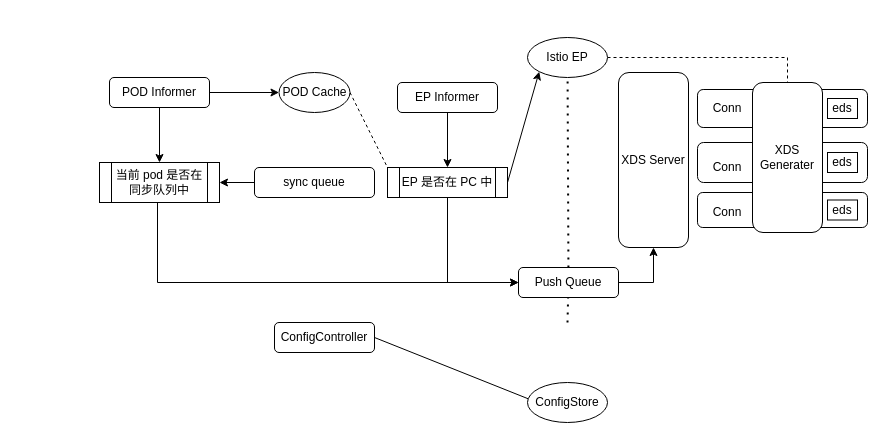
Before: istio-eds.drawio in panniyuyu/think-dast-zh, a draw.io diagram. Source tidied: cells renumbered, new cells numbered last; positions are measured from the earlier drawing's top-left corner, leaving out a move shared by most shapes. Both pictures are drawn from the tidied source at 100%, with x=0, y=0 at pixel (99, 37).
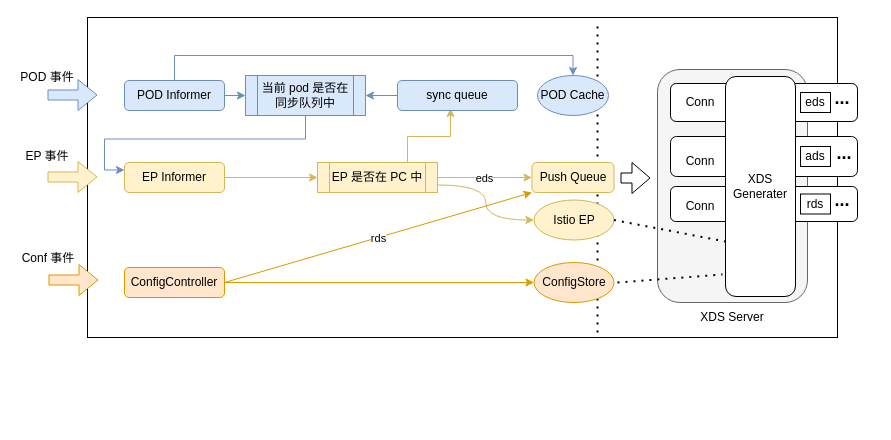
The same page after the edit.

Diff of the diagram source:
```diff
@@
+    <mxCell id="37" style="rounded=0;whiteSpace=wrap;html=1;" parent="1" vertex="1">
+      <mxGeometry x="-12" y="-20" width="750" height="320" as="geometry" />
+    </mxCell>
+    <mxCell id="38" style="endArrow=none;dashed=1;html=1;dashPattern=1 3;strokeWidth=2;rounded=0;" parent="1" edge="1">
+      <mxGeometry relative="1" as="geometry">
+        <mxPoint x="498" y="295" as="sourcePoint" />
+        <mxPoint x="498" y="-15" as="targetPoint" />
+      </mxGeometry>
+    </mxCell>
-    <mxCell id="2" style="edgeStyle=orthogonalEdgeStyle;rounded=0;jettySize=auto;html=1;exitX=0.5;exitY=1;exitDx=0;exitDy=0;entryX=0.5;entryY=0;entryDx=0;entryDy=0;" parent="1" edge="1" source="3" target="14">
+    <mxCell id="2" style="edgeStyle=orthogonalEdgeStyle;rounded=0;jettySize=auto;html=1;exitX=1;exitY=0.5;exitDx=0;exitDy=0;entryX=0;entryY=0.5;entryDx=0;entryDy=0;fillColor=#fff2cc;strokeColor=#d6b656;" parent="1" edge="1" source="3" target="14">
       <mxGeometry relative="1" as="geometry" />
     </mxCell>
+    <mxCell id="13" style="rounded=0;jettySize=auto;html=1;exitX=1;exitY=0.75;exitDx=0;exitDy=0;entryX=0;entryY=0.5;entryDx=0;entryDy=0;fillColor=#fff2cc;strokeColor=#d6b656;edgeStyle=orthogonalEdgeStyle;curved=1;" parent="1" edge="1" source="14" target="33">
+      <mxGeometry relative="1" as="geometry" />
+    </mxCell>
-    <mxCell id="3" value="EP Informer" style="rounded=1;whiteSpace=wrap;html=1;" parent="1" vertex="1">
-      <mxGeometry x="298" y="45" width="100" height="30" as="geometry" />
+    <mxCell id="3" value="EP Informer" style="rounded=1;whiteSpace=wrap;html=1;fillColor=#fff2cc;strokeColor=#d6b656;" parent="1" vertex="1">
+      <mxGeometry x="25" y="125" width="100" height="30" as="geometry" />
     </mxCell>
+    <mxCell id="5" style="edgeStyle=orthogonalEdgeStyle;rounded=0;jettySize=auto;html=1;exitX=1;exitY=0.5;exitDx=0;exitDy=0;entryX=0;entryY=0.5;entryDx=0;entryDy=0;fillColor=#dae8fc;strokeColor=#6c8ebf;" parent="1" edge="1" source="6" target="9">
+      <mxGeometry relative="1" as="geometry" />
+    </mxCell>
-    <mxCell id="4" style="edgeStyle=orthogonalEdgeStyle;rounded=0;jettySize=auto;html=1;exitX=1;exitY=0.5;exitDx=0;exitDy=0;entryX=0;entryY=0.5;entryDx=0;entryDy=0;" parent="1" edge="1" source="6" target="8">
+    <mxCell id="4" style="edgeStyle=orthogonalEdgeStyle;rounded=0;jettySize=auto;html=1;exitX=0.5;exitY=0;exitDx=0;exitDy=0;entryX=0.5;entryY=0;entryDx=0;entryDy=0;fillColor=#dae8fc;strokeColor=#6c8ebf;" parent="1" edge="1" source="6" target="8">
       <mxGeometry relative="1" as="geometry" />
     </mxCell>
-    <mxCell id="5" style="edgeStyle=orthogonalEdgeStyle;rounded=0;jettySize=auto;html=1;exitX=0.5;exitY=1;exitDx=0;exitDy=0;entryX=0.5;entryY=0;entryDx=0;entryDy=0;" parent="1" edge="1" source="6" target="9">
-      <mxGeometry relative="1" as="geometry" />
-    </mxCell>
-    <mxCell id="6" value="POD Informer" style="rounded=1;whiteSpace=wrap;html=1;" parent="1" vertex="1">
-      <mxGeometry x="10" y="40" width="100" height="30" as="geometry" />
+    <mxCell id="6" value="POD Informer" style="rounded=1;whiteSpace=wrap;html=1;fillColor=#dae8fc;strokeColor=#6c8ebf;" parent="1" vertex="1">
+      <mxGeometry x="25" y="43" width="100" height="30" as="geometry" />
     </mxCell>
-    <mxCell id="7" style="rounded=0;jettySize=auto;html=1;exitX=1;exitY=0.5;exitDx=0;exitDy=0;entryX=0;entryY=0;entryDx=0;entryDy=0;endArrow=none;endFill=0;dashed=1;" parent="1" edge="1" source="8" target="14">
-      <mxGeometry relative="1" as="geometry" />
-    </mxCell>
-    <mxCell id="8" value="POD Cache" style="ellipse;whiteSpace=wrap;html=1;" parent="1" vertex="1">
-      <mxGeometry x="179.5" y="35" width="71" height="40" as="geometry" />
-    </mxCell>
+    <mxCell id="39" style="edgeStyle=orthogonalEdgeStyle;rounded=0;jettySize=auto;html=1;exitX=0.5;exitY=1;exitDx=0;exitDy=0;entryX=0;entryY=0.25;entryDx=0;entryDy=0;fillColor=#dae8fc;strokeColor=#6c8ebf;" parent="1" edge="1" source="9" target="3">
+      <mxGeometry relative="1" as="geometry" />
+    </mxCell>
-    <mxCell id="9" value="当前 pod 是否在同步队列中" style="shape=process;whiteSpace=wrap;html=1;backgroundOutline=1;" parent="1" vertex="1">
-      <mxGeometry y="125" width="120" height="40" as="geometry" />
+    <mxCell id="9" value="当前 pod 是否在同步队列中" style="shape=process;whiteSpace=wrap;html=1;backgroundOutline=1;fillColor=#dae8fc;strokeColor=#6c8ebf;" parent="1" vertex="1">
+      <mxGeometry x="146" y="38" width="120" height="40" as="geometry" />
     </mxCell>
-    <mxCell id="10" style="edgeStyle=orthogonalEdgeStyle;rounded=0;jettySize=auto;html=1;exitX=0;exitY=0.5;exitDx=0;exitDy=0;entryX=1;entryY=0.5;entryDx=0;entryDy=0;" parent="1" edge="1" source="11" target="9">
-      <mxGeometry relative="1" as="geometry" />
-    </mxCell>
-    <mxCell id="11" value="sync queue" style="rounded=1;whiteSpace=wrap;html=1;" parent="1" vertex="1">
-      <mxGeometry x="155" y="130" width="120" height="30" as="geometry" />
-    </mxCell>
+    <mxCell id="40" style="edgeStyle=orthogonalEdgeStyle;rounded=0;jettySize=auto;html=1;exitX=0.75;exitY=0;exitDx=0;exitDy=0;entryX=0.442;entryY=0.933;entryDx=0;entryDy=0;entryPerimeter=0;fillColor=#fff2cc;strokeColor=#d6b656;" parent="1" edge="1" source="14" target="11">
+      <mxGeometry relative="1" as="geometry" />
+    </mxCell>
-    <mxCell id="12" style="edgeStyle=orthogonalEdgeStyle;rounded=0;jettySize=auto;html=1;exitX=0.5;exitY=1;exitDx=0;exitDy=0;entryX=0;entryY=0.5;entryDx=0;entryDy=0;" parent="1" edge="1" source="14" target="20">
+    <mxCell id="12" style="rounded=0;jettySize=auto;html=1;exitX=1;exitY=0.5;exitDx=0;exitDy=0;entryX=0;entryY=0.5;entryDx=0;entryDy=0;fillColor=#fff2cc;strokeColor=#d6b656;" parent="1" edge="1" source="14" target="20">
       <mxGeometry relative="1" as="geometry" />
     </mxCell>
-    <mxCell id="13" style="rounded=0;jettySize=auto;html=1;exitX=1;exitY=0.5;exitDx=0;exitDy=0;entryX=0;entryY=1;entryDx=0;entryDy=0;" parent="1" edge="1" source="14" target="33">
-      <mxGeometry relative="1" as="geometry" />
-    </mxCell>
+    <mxCell id="41" value="eds" style="edgeLabel;html=1;align=center;verticalAlign=middle;" parent="12" vertex="1">
+      <mxGeometry x="-0.03" relative="1" as="geometry" />
+    </mxCell>
-    <mxCell id="14" value="EP 是否在 PC 中" style="shape=process;whiteSpace=wrap;html=1;backgroundOutline=1;" parent="1" vertex="1">
-      <mxGeometry x="288" y="130" width="120" height="30" as="geometry" />
+    <mxCell id="14" value="EP 是否在 PC 中" style="shape=process;whiteSpace=wrap;html=1;backgroundOutline=1;fillColor=#fff2cc;strokeColor=#d6b656;" parent="1" vertex="1">
+      <mxGeometry x="218" y="125" width="120" height="30" as="geometry" />
     </mxCell>
-    <mxCell id="15" style="edgeStyle=orthogonalEdgeStyle;rounded=0;jettySize=auto;html=1;exitX=0.5;exitY=1;exitDx=0;exitDy=0;entryX=0;entryY=0.5;entryDx=0;entryDy=0;" parent="1" edge="1" target="20">
-      <mxGeometry relative="1" as="geometry">
-        <mxPoint x="95" y="165" as="sourcePoint" />
-        <Array as="points">
-          <mxPoint x="58" y="165" />
-          <mxPoint x="58" y="245" />
-        </Array>
-      </mxGeometry>
-    </mxCell>
-    <mxCell id="16" style="endArrow=none;dashed=1;html=1;dashPattern=1 3;strokeWidth=2;rounded=0;" parent="1" edge="1" source="33">
-      <mxGeometry relative="1" as="geometry">
-        <mxPoint x="468" y="5" as="targetPoint" />
-      </mxGeometry>
-    </mxCell>
-    <mxCell id="17" value="XDS Server" style="rounded=1;whiteSpace=wrap;html=1;" parent="1" vertex="1">
-      <mxGeometry x="519" y="35" width="70" height="175" as="geometry" />
+    <mxCell id="17" style="rounded=1;whiteSpace=wrap;html=1;fillColor=#f5f5f5;fontColor=#333333;strokeColor=#666666;" parent="1" vertex="1">
+      <mxGeometry x="558" y="32" width="150" height="233" as="geometry" />
     </mxCell>
-    <mxCell id="18" style="endArrow=none;dashed=1;html=1;dashPattern=1 3;strokeWidth=2;rounded=0;" parent="1" edge="1" target="20">
-      <mxGeometry relative="1" as="geometry">
-        <mxPoint x="468" y="285" as="sourcePoint" />
-      </mxGeometry>
-    </mxCell>
-    <mxCell id="19" style="edgeStyle=orthogonalEdgeStyle;rounded=0;jettySize=auto;html=1;exitX=1;exitY=0.5;exitDx=0;exitDy=0;entryX=0.5;entryY=1;entryDx=0;entryDy=0;" parent="1" edge="1" source="20" target="17">
-      <mxGeometry relative="1" as="geometry" />
-    </mxCell>
-    <mxCell id="20" value="Push Queue" style="rounded=1;whiteSpace=wrap;html=1;" parent="1" vertex="1">
-      <mxGeometry x="419" y="230" width="100" height="30" as="geometry" />
-    </mxCell>
     <mxCell id="21" style="rounded=1;whiteSpace=wrap;html=1;" parent="1" vertex="1">
-      <mxGeometry x="598" y="52" width="170" height="38" as="geometry" />
+      <mxGeometry x="571" y="46" width="187" height="38" as="geometry" />
     </mxCell>
     <mxCell id="22" style="rounded=1;whiteSpace=wrap;html=1;" parent="1" vertex="1">
-      <mxGeometry x="598" y="105" width="170" height="40" as="geometry" />
+      <mxGeometry x="571" y="99" width="187" height="40" as="geometry" />
     </mxCell>
     <mxCell id="23" style="rounded=1;whiteSpace=wrap;html=1;" parent="1" vertex="1">
-      <mxGeometry x="598" y="155" width="170" height="35" as="geometry" />
+      <mxGeometry x="571" y="149" width="187" height="35" as="geometry" />
     </mxCell>
     <mxCell id="24" value="XDS&lt;br&gt;Generater" style="rounded=1;whiteSpace=wrap;html=1;" parent="1" vertex="1">
-      <mxGeometry x="653" y="45" width="70" height="150" as="geometry" />
+      <mxGeometry x="626" y="39" width="70" height="220" as="geometry" />
     </mxCell>
     <mxCell id="25" value="eds" style="rounded=0;whiteSpace=wrap;html=1;" parent="1" vertex="1">
-      <mxGeometry x="728" y="61" width="30" height="20" as="geometry" />
+      <mxGeometry x="701" y="55" width="30" height="20" as="geometry" />
     </mxCell>
-    <mxCell id="26" value="eds" style="rounded=0;whiteSpace=wrap;html=1;" parent="1" vertex="1">
-      <mxGeometry x="728" y="115" width="30" height="20" as="geometry" />
+    <mxCell id="26" value="ads" style="rounded=0;whiteSpace=wrap;html=1;" parent="1" vertex="1">
+      <mxGeometry x="701" y="109" width="30" height="20" as="geometry" />
     </mxCell>
-    <mxCell id="27" value="eds" style="rounded=0;whiteSpace=wrap;html=1;" parent="1" vertex="1">
-      <mxGeometry x="728" y="162.5" width="30" height="20" as="geometry" />
+    <mxCell id="27" value="rds" style="rounded=0;whiteSpace=wrap;html=1;" parent="1" vertex="1">
+      <mxGeometry x="701" y="156.5" width="30" height="20" as="geometry" />
     </mxCell>
     <mxCell id="28" value="Conn" style="text;html=1;strokeColor=none;fillColor=none;align=center;verticalAlign=middle;whiteSpace=wrap;rounded=0;" parent="1" vertex="1">
-      <mxGeometry x="598" y="56" width="60" height="30" as="geometry" />
+      <mxGeometry x="571" y="50" width="60" height="30" as="geometry" />
     </mxCell>
     <mxCell id="29" value="Conn" style="text;html=1;strokeColor=none;fillColor=none;align=center;verticalAlign=middle;whiteSpace=wrap;rounded=0;" parent="1" vertex="1">
-      <mxGeometry x="598" y="115" width="60" height="30" as="geometry" />
+      <mxGeometry x="571" y="109" width="60" height="30" as="geometry" />
     </mxCell>
     <mxCell id="30" value="Conn" style="text;html=1;strokeColor=none;fillColor=none;align=center;verticalAlign=middle;whiteSpace=wrap;rounded=0;" parent="1" vertex="1">
-      <mxGeometry x="598" y="160" width="60" height="30" as="geometry" />
+      <mxGeometry x="571" y="154" width="60" height="30" as="geometry" />
     </mxCell>
-    <mxCell id="31" style="edgeStyle=orthogonalEdgeStyle;rounded=0;jettySize=auto;html=1;exitX=1;exitY=0.5;exitDx=0;exitDy=0;entryX=0.5;entryY=0;entryDx=0;entryDy=0;endArrow=none;endFill=0;dashed=1;" parent="1" edge="1" source="33" target="24">
-      <mxGeometry relative="1" as="geometry" />
-    </mxCell>
-    <mxCell id="32" style="endArrow=none;dashed=1;html=1;dashPattern=1 3;strokeWidth=2;rounded=0;" parent="1" edge="1" source="20" target="33">
-      <mxGeometry relative="1" as="geometry" />
-    </mxCell>
-    <mxCell id="33" value="Istio EP" style="ellipse;whiteSpace=wrap;html=1;" parent="1" vertex="1">
-      <mxGeometry x="428" width="80" height="40" as="geometry" />
+    <mxCell id="33" value="Istio EP" style="ellipse;whiteSpace=wrap;html=1;fillColor=#fff2cc;strokeColor=#d6b656;" parent="1" vertex="1">
+      <mxGeometry x="434.5" y="162.5" width="80" height="40" as="geometry" />
     </mxCell>
-    <mxCell id="34" style="rounded=0;jettySize=auto;html=1;exitX=1;exitY=0.5;exitDx=0;exitDy=0;entryX=0.125;entryY=0.5;entryDx=0;entryDy=0;entryPerimeter=0;" parent="1" edge="1" source="35" target="36">
+    <mxCell id="34" style="rounded=0;jettySize=auto;html=1;exitX=1;exitY=0.5;exitDx=0;exitDy=0;entryX=0;entryY=0.5;entryDx=0;entryDy=0;fillColor=#ffe6cc;strokeColor=#d79b00;" parent="1" edge="1" source="35" target="36">
       <mxGeometry relative="1" as="geometry" />
     </mxCell>
+    <mxCell id="42" style="rounded=0;jettySize=auto;html=1;exitX=1;exitY=0.5;exitDx=0;exitDy=0;entryX=0;entryY=1;entryDx=0;entryDy=0;fillColor=#ffe6cc;strokeColor=#d79b00;" parent="1" edge="1" source="35" target="20">
+      <mxGeometry relative="1" as="geometry" />
+    </mxCell>
+    <mxCell id="43" value="rds" style="edgeLabel;html=1;align=center;verticalAlign=middle;" parent="42" vertex="1">
+      <mxGeometry relative="1" as="geometry" />
+    </mxCell>
-    <mxCell id="35" value="ConfigController" style="rounded=1;whiteSpace=wrap;html=1;" parent="1" vertex="1">
-      <mxGeometry x="175" y="285" width="100" height="30" as="geometry" />
+    <mxCell id="35" value="ConfigController" style="rounded=1;whiteSpace=wrap;html=1;fillColor=#ffe6cc;strokeColor=#d79b00;" parent="1" vertex="1">
+      <mxGeometry x="25" y="230" width="100" height="30" as="geometry" />
     </mxCell>
-    <mxCell id="36" value="ConfigStore" style="ellipse;whiteSpace=wrap;html=1;" parent="1" vertex="1">
-      <mxGeometry x="428" y="345" width="80" height="40" as="geometry" />
+    <mxCell id="36" value="ConfigStore" style="ellipse;whiteSpace=wrap;html=1;fillColor=#ffe6cc;strokeColor=#d79b00;" parent="1" vertex="1">
+      <mxGeometry x="434.5" y="225" width="80" height="40" as="geometry" />
     </mxCell>
+    <mxCell id="8" value="POD Cache" style="ellipse;whiteSpace=wrap;html=1;fillColor=#dae8fc;strokeColor=#6c8ebf;" parent="1" vertex="1">
+      <mxGeometry x="438" y="38" width="71" height="40" as="geometry" />
+    </mxCell>
+    <mxCell id="20" value="Push Queue" style="rounded=1;whiteSpace=wrap;html=1;fillColor=#fff2cc;strokeColor=#d6b656;" parent="1" vertex="1">
+      <mxGeometry x="432.5" y="125" width="82" height="30" as="geometry" />
+    </mxCell>
+    <mxCell id="10" style="edgeStyle=orthogonalEdgeStyle;rounded=0;jettySize=auto;html=1;exitX=0;exitY=0.5;exitDx=0;exitDy=0;entryX=1;entryY=0.5;entryDx=0;entryDy=0;fillColor=#dae8fc;strokeColor=#6c8ebf;" parent="1" edge="1" source="11" target="9">
+      <mxGeometry relative="1" as="geometry" />
+    </mxCell>
+    <mxCell id="11" value="sync queue" style="rounded=1;whiteSpace=wrap;html=1;fillColor=#dae8fc;strokeColor=#6c8ebf;" parent="1" vertex="1">
+      <mxGeometry x="298" y="43" width="120" height="30" as="geometry" />
+    </mxCell>
+    <mxCell id="44" style="shape=flexArrow;endArrow=classic;html=1;rounded=0;width=10;endSize=5.67;" parent="1" edge="1">
+      <mxGeometry relative="1" as="geometry">
+        <mxPoint x="521" y="140.5" as="sourcePoint" />
+        <mxPoint x="551" y="140.5" as="targetPoint" />
+      </mxGeometry>
+    </mxCell>
+    <mxCell id="31" style="endArrow=none;dashed=1;html=1;dashPattern=1 3;strokeWidth=2;rounded=0;entryX=0;entryY=0.75;entryDx=0;entryDy=0;exitX=1;exitY=0.5;exitDx=0;exitDy=0;" parent="1" edge="1" source="33" target="24">
+      <mxGeometry relative="1" as="geometry" />
+    </mxCell>
+    <mxCell id="45" style="endArrow=none;dashed=1;html=1;dashPattern=1 3;strokeWidth=2;rounded=0;entryX=-0.043;entryY=0.9;entryDx=0;entryDy=0;entryPerimeter=0;" parent="1" edge="1" target="24">
+      <mxGeometry relative="1" as="geometry">
+        <mxPoint x="518" y="245" as="sourcePoint" />
+      </mxGeometry>
+    </mxCell>
+    <mxCell id="46" value="XDS Server" style="text;html=1;strokeColor=none;fillColor=none;align=center;verticalAlign=middle;whiteSpace=wrap;rounded=0;" parent="1" vertex="1">
+      <mxGeometry x="588" y="265" width="90" height="30" as="geometry" />
+    </mxCell>
+    <mxCell id="47" value="&lt;font style=&quot;font-size: 18px;&quot;&gt;&lt;b&gt;...&lt;/b&gt;&lt;/font&gt;" style="text;html=1;strokeColor=none;fillColor=none;align=center;verticalAlign=middle;whiteSpace=wrap;rounded=0;" parent="1" vertex="1">
+      <mxGeometry x="713" y="46" width="60" height="30" as="geometry" />
+    </mxCell>
+    <mxCell id="48" value="&lt;font style=&quot;font-size: 18px;&quot;&gt;&lt;b&gt;...&lt;/b&gt;&lt;/font&gt;" style="text;html=1;strokeColor=none;fillColor=none;align=center;verticalAlign=middle;whiteSpace=wrap;rounded=0;" parent="1" vertex="1">
+      <mxGeometry x="715" y="101" width="60" height="30" as="geometry" />
+    </mxCell>
+    <mxCell id="49" value="&lt;font style=&quot;font-size: 18px;&quot;&gt;&lt;b&gt;...&lt;/b&gt;&lt;/font&gt;" style="text;html=1;strokeColor=none;fillColor=none;align=center;verticalAlign=middle;whiteSpace=wrap;rounded=0;" parent="1" vertex="1">
+      <mxGeometry x="713" y="148" width="60" height="30" as="geometry" />
+    </mxCell>
+    <mxCell id="50" style="shape=flexArrow;endArrow=classic;html=1;rounded=0;fillColor=#dae8fc;strokeColor=#6c8ebf;" parent="1" edge="1">
+      <mxGeometry relative="1" as="geometry">
+        <mxPoint x="-52" y="57.5" as="sourcePoint" />
+        <mxPoint x="-2" y="57.5" as="targetPoint" />
+      </mxGeometry>
+    </mxCell>
+    <mxCell id="51" value="POD 事件" style="text;html=1;strokeColor=none;fillColor=none;align=center;verticalAlign=middle;whiteSpace=wrap;rounded=0;" parent="1" vertex="1">
+      <mxGeometry x="-82" y="25" width="60" height="30" as="geometry" />
+    </mxCell>
+    <mxCell id="52" style="shape=flexArrow;endArrow=classic;html=1;rounded=0;fillColor=#fff2cc;strokeColor=#d6b656;" parent="1" edge="1">
+      <mxGeometry relative="1" as="geometry">
+        <mxPoint x="-52" y="139.5" as="sourcePoint" />
+        <mxPoint x="-2" y="139.5" as="targetPoint" />
+      </mxGeometry>
+    </mxCell>
+    <mxCell id="53" value="EP 事件" style="text;html=1;strokeColor=none;fillColor=none;align=center;verticalAlign=middle;whiteSpace=wrap;rounded=0;" parent="1" vertex="1">
+      <mxGeometry x="-82" y="104" width="60" height="30" as="geometry" />
+    </mxCell>
+    <mxCell id="54" style="shape=flexArrow;endArrow=classic;html=1;rounded=0;fillColor=#ffe6cc;strokeColor=#d79b00;" parent="1" edge="1">
+      <mxGeometry relative="1" as="geometry">
+        <mxPoint x="-51" y="242.5" as="sourcePoint" />
+        <mxPoint x="-1" y="242.5" as="targetPoint" />
+      </mxGeometry>
+    </mxCell>
+    <mxCell id="55" value="Conf 事件" style="text;html=1;strokeColor=none;fillColor=none;align=center;verticalAlign=middle;whiteSpace=wrap;rounded=0;" parent="1" vertex="1">
+      <mxGeometry x="-81" y="205.5" width="60" height="30" as="geometry" />
+    </mxCell>
```
